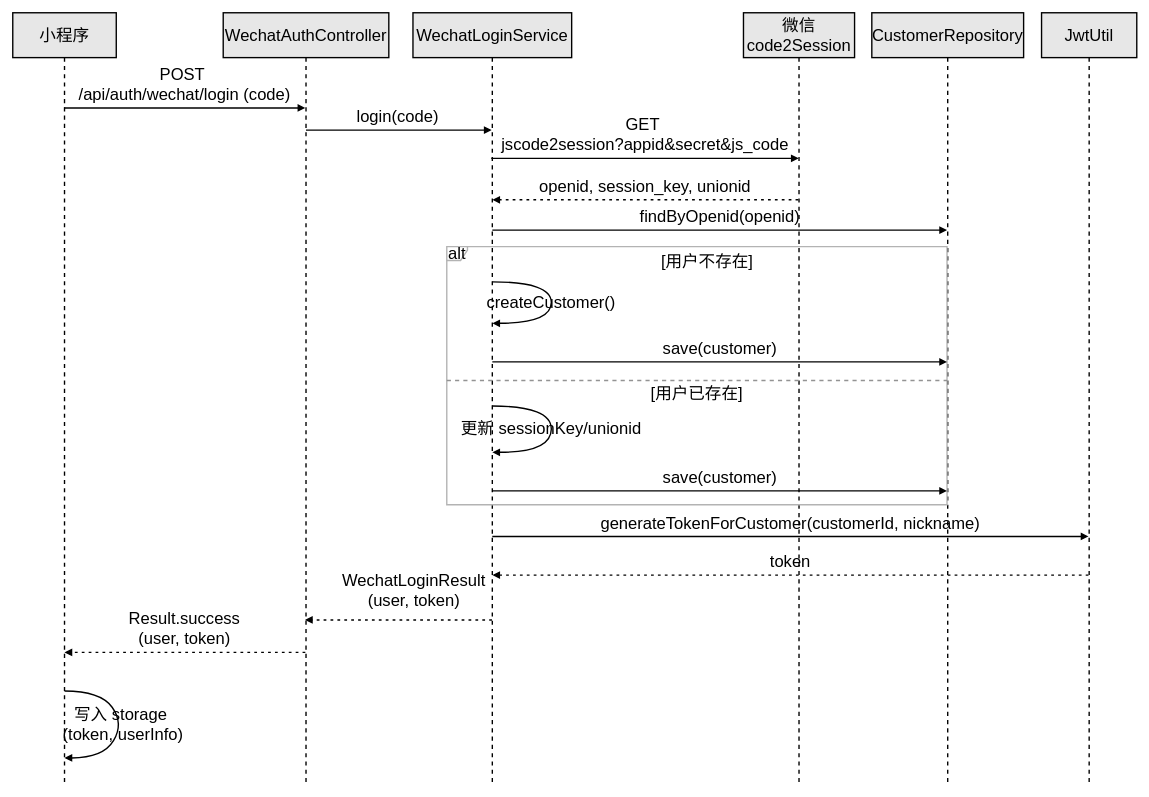
Above: page "小程序登录时序图" (19 of 33) of 题库E-R.drawio in ChenLiheng/question-project (draw.io), before the change. Source tidied: cells renumbered, new cells numbered last; positions are measured from the earlier drawing's top-left corner, leaving out a move shared by most shapes. Both pictures are drawn from the tidied source at 69%, with x=0, y=0 at pixel (12, 12).
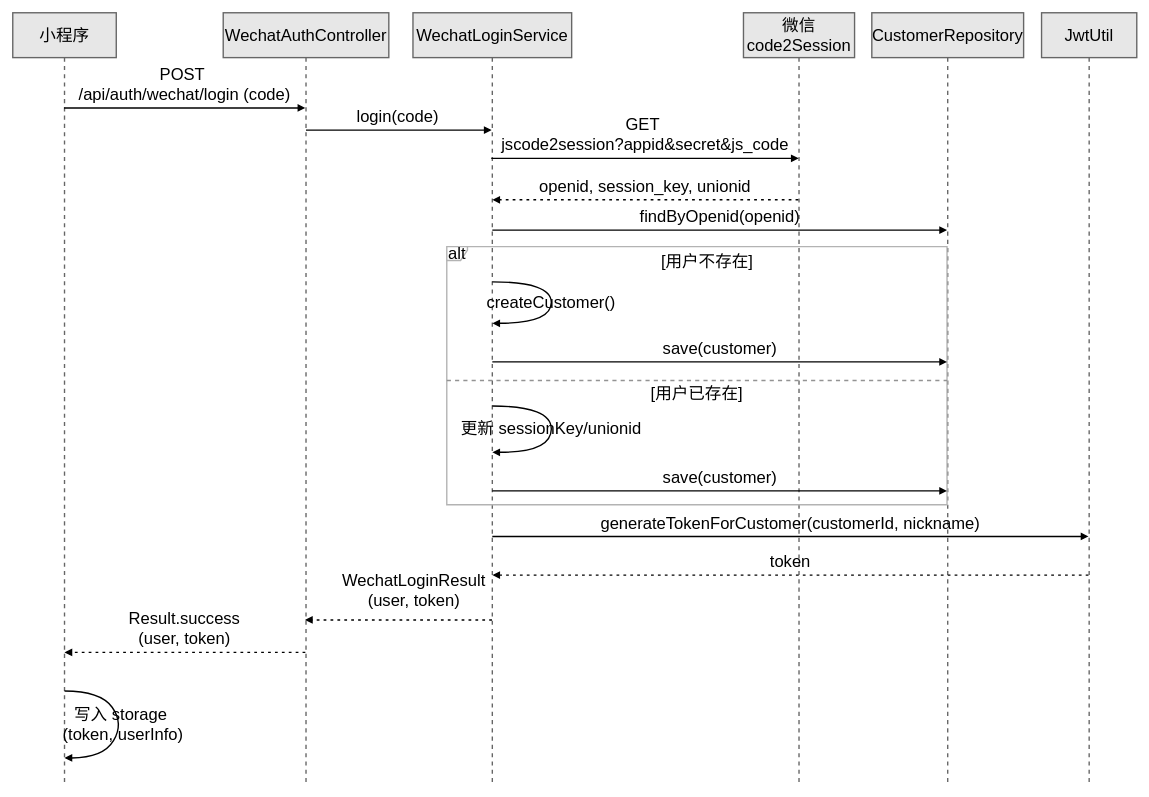
The same page after the edit.

The edit, as a diff of the source:
```diff
@@
+    <mxCell id="25" style="group;" parent="1" vertex="1">
+      <mxGeometry width="1629" height="1119" as="geometry" />
+    </mxCell>
-    <mxCell id="2" value="小程序" style="shape=umlLifeline;perimeter=lifelinePerimeter;whiteSpace=wrap;outlineConnect=0;portConstraint=eastwest;newEdgeStyle={&quot;edgeStyle&quot;:&quot;elbowEdgeStyle&quot;,&quot;elbow&quot;:&quot;vertical&quot;,&quot;curved&quot;:0,&quot;rounded&quot;:0};size=65;fontSize=24;fillColor=#E7E7E7;expandToFront=0;gradientColor=none;strokeWidth=2;rounded=0;shadow=0;glass=0;" parent="1" vertex="1">
+    <mxCell id="2" value="小程序" style="shape=umlLifeline;perimeter=lifelinePerimeter;whiteSpace=wrap;outlineConnect=0;portConstraint=eastwest;newEdgeStyle={&quot;edgeStyle&quot;:&quot;elbowEdgeStyle&quot;,&quot;elbow&quot;:&quot;vertical&quot;,&quot;curved&quot;:0,&quot;rounded&quot;:0};size=65;fontSize=24;fillColor=#E7E7E7;expandToFront=0;gradientColor=none;strokeWidth=2;rounded=0;shadow=0;glass=0;strokeColor=#666666;" parent="25" vertex="1">
       <mxGeometry width="150" height="1119" as="geometry" />
     </mxCell>
-    <mxCell id="3" value="WechatAuthController" style="shape=umlLifeline;perimeter=lifelinePerimeter;whiteSpace=wrap;outlineConnect=0;portConstraint=eastwest;newEdgeStyle={&quot;edgeStyle&quot;:&quot;elbowEdgeStyle&quot;,&quot;elbow&quot;:&quot;vertical&quot;,&quot;curved&quot;:0,&quot;rounded&quot;:0};size=65;fillColor=#E7E7E7;fontSize=24;strokeWidth=2;" parent="1" vertex="1">
+    <mxCell id="3" value="WechatAuthController" style="shape=umlLifeline;perimeter=lifelinePerimeter;whiteSpace=wrap;outlineConnect=0;portConstraint=eastwest;newEdgeStyle={&quot;edgeStyle&quot;:&quot;elbowEdgeStyle&quot;,&quot;elbow&quot;:&quot;vertical&quot;,&quot;curved&quot;:0,&quot;rounded&quot;:0};size=65;fillColor=#E7E7E7;fontSize=24;strokeWidth=2;strokeColor=#666666;" parent="25" vertex="1">
       <mxGeometry x="305" width="240" height="1118" as="geometry" />
     </mxCell>
-    <mxCell id="4" value="WechatLoginService" style="shape=umlLifeline;perimeter=lifelinePerimeter;whiteSpace=wrap;outlineConnect=0;portConstraint=eastwest;newEdgeStyle={&quot;edgeStyle&quot;:&quot;elbowEdgeStyle&quot;,&quot;elbow&quot;:&quot;vertical&quot;,&quot;curved&quot;:0,&quot;rounded&quot;:0};size=65;fillColor=#E7E7E7;fontSize=24;strokeWidth=2;" parent="1" vertex="1">
+    <mxCell id="4" value="WechatLoginService" style="shape=umlLifeline;perimeter=lifelinePerimeter;whiteSpace=wrap;outlineConnect=0;portConstraint=eastwest;newEdgeStyle={&quot;edgeStyle&quot;:&quot;elbowEdgeStyle&quot;,&quot;elbow&quot;:&quot;vertical&quot;,&quot;curved&quot;:0,&quot;rounded&quot;:0};size=65;fillColor=#E7E7E7;fontSize=24;strokeWidth=2;strokeColor=#666666;" parent="25" vertex="1">
       <mxGeometry x="580" width="230" height="1118" as="geometry" />
     </mxCell>
-    <mxCell id="5" value="微信 code2Session" style="shape=umlLifeline;perimeter=lifelinePerimeter;whiteSpace=wrap;outlineConnect=0;portConstraint=eastwest;newEdgeStyle={&quot;edgeStyle&quot;:&quot;elbowEdgeStyle&quot;,&quot;elbow&quot;:&quot;vertical&quot;,&quot;curved&quot;:0,&quot;rounded&quot;:0};size=65;fillColor=#E7E7E7;fontSize=24;strokeWidth=2;" parent="1" vertex="1">
+    <mxCell id="5" value="微信 code2Session" style="shape=umlLifeline;perimeter=lifelinePerimeter;whiteSpace=wrap;outlineConnect=0;portConstraint=eastwest;newEdgeStyle={&quot;edgeStyle&quot;:&quot;elbowEdgeStyle&quot;,&quot;elbow&quot;:&quot;vertical&quot;,&quot;curved&quot;:0,&quot;rounded&quot;:0};size=65;fillColor=#E7E7E7;fontSize=24;strokeWidth=2;strokeColor=#666666;" parent="25" vertex="1">
       <mxGeometry x="1059" width="161" height="1118" as="geometry" />
     </mxCell>
-    <mxCell id="6" value="CustomerRepository" style="shape=umlLifeline;perimeter=lifelinePerimeter;whiteSpace=wrap;outlineConnect=0;portConstraint=eastwest;newEdgeStyle={&quot;edgeStyle&quot;:&quot;elbowEdgeStyle&quot;,&quot;elbow&quot;:&quot;vertical&quot;,&quot;curved&quot;:0,&quot;rounded&quot;:0};size=65;fillColor=#E7E7E7;fontSize=24;strokeWidth=2;" parent="1" vertex="1">
+    <mxCell id="6" value="CustomerRepository" style="shape=umlLifeline;perimeter=lifelinePerimeter;whiteSpace=wrap;outlineConnect=0;portConstraint=eastwest;newEdgeStyle={&quot;edgeStyle&quot;:&quot;elbowEdgeStyle&quot;,&quot;elbow&quot;:&quot;vertical&quot;,&quot;curved&quot;:0,&quot;rounded&quot;:0};size=65;fillColor=#E7E7E7;fontSize=24;strokeWidth=2;strokeColor=#666666;" parent="25" vertex="1">
       <mxGeometry x="1245" width="220" height="1118" as="geometry" />
     </mxCell>
-    <mxCell id="7" value="JwtUtil" style="shape=umlLifeline;perimeter=lifelinePerimeter;whiteSpace=wrap;outlineConnect=0;portConstraint=eastwest;newEdgeStyle={&quot;edgeStyle&quot;:&quot;elbowEdgeStyle&quot;,&quot;elbow&quot;:&quot;vertical&quot;,&quot;curved&quot;:0,&quot;rounded&quot;:0};size=65;fillColor=#E7E7E7;fontSize=24;strokeWidth=2;" parent="1" vertex="1">
+    <mxCell id="7" value="JwtUtil" style="shape=umlLifeline;perimeter=lifelinePerimeter;whiteSpace=wrap;outlineConnect=0;portConstraint=eastwest;newEdgeStyle={&quot;edgeStyle&quot;:&quot;elbowEdgeStyle&quot;,&quot;elbow&quot;:&quot;vertical&quot;,&quot;curved&quot;:0,&quot;rounded&quot;:0};size=65;fillColor=#E7E7E7;fontSize=24;strokeWidth=2;strokeColor=#666666;" parent="25" vertex="1">
       <mxGeometry x="1491" width="138" height="1118" as="geometry" />
     </mxCell>
-    <mxCell id="8" value="alt" style="shape=umlFrame;strokeColor=#B3B3B3;height=20;width=30;fontSize=24;strokeWidth=2;labelBackgroundColor=none;spacingBottom=6;" parent="1" vertex="1">
+    <mxCell id="8" value="alt" style="shape=umlFrame;strokeColor=#B3B3B3;height=20;width=30;fontSize=24;strokeWidth=2;labelBackgroundColor=none;spacingBottom=6;" parent="25" vertex="1">
       <mxGeometry x="629" y="339" width="725" height="374" as="geometry" />
     </mxCell>
@@
-    <mxCell id="11" value="POST &#10;/api/auth/wechat/login (code)" style="verticalAlign=bottom;edgeStyle=elbowEdgeStyle;elbow=vertical;curved=0;rounded=0;endArrow=block;fontSize=24;labelBackgroundColor=none;spacingBottom=6;strokeWidth=2;" parent="1" edge="1" target="3">
+    <mxCell id="11" value="POST &#10;/api/auth/wechat/login (code)" style="verticalAlign=bottom;edgeStyle=elbowEdgeStyle;elbow=vertical;curved=0;rounded=0;endArrow=block;fontSize=24;labelBackgroundColor=none;spacingBottom=6;strokeWidth=2;" parent="25" edge="1" target="3">
       <mxGeometry relative="1" as="geometry">
         <mxPoint x="74.3" y="138" as="sourcePoint" />
         <Array as="points">
           <mxPoint x="258" y="138" />
         </Array>
       </mxGeometry>
     </mxCell>
-    <mxCell id="12" value="login(code)" style="verticalAlign=bottom;edgeStyle=elbowEdgeStyle;elbow=vertical;curved=0;rounded=0;endArrow=block;fontSize=24;labelBackgroundColor=none;spacingBottom=6;strokeWidth=2;" parent="1" edge="1" source="3" target="4">
+    <mxCell id="12" value="login(code)" style="verticalAlign=bottom;edgeStyle=elbowEdgeStyle;elbow=vertical;curved=0;rounded=0;endArrow=block;fontSize=24;labelBackgroundColor=none;spacingBottom=6;strokeWidth=2;" parent="25" edge="1" source="3" target="4">
       <mxGeometry x="-0.01" relative="1" as="geometry">
         <Array as="points">
           <mxPoint x="551" y="170" />
         </Array>
       </mxGeometry>
     </mxCell>
-    <mxCell id="13" value="GET &#10;jscode2session?appid&amp;secret&amp;js_code" style="verticalAlign=bottom;edgeStyle=elbowEdgeStyle;elbow=vertical;curved=0;rounded=0;endArrow=block;fontSize=24;labelBackgroundColor=none;spacingBottom=6;strokeWidth=2;" parent="1" edge="1">
+    <mxCell id="13" value="GET &#10;jscode2session?appid&amp;secret&amp;js_code" style="verticalAlign=bottom;edgeStyle=elbowEdgeStyle;elbow=vertical;curved=0;rounded=0;endArrow=block;fontSize=24;labelBackgroundColor=none;spacingBottom=6;strokeWidth=2;" parent="25" edge="1">
       <mxGeometry relative="1" as="geometry">
         <mxPoint x="693.5" y="211" as="sourcePoint" />
         <mxPoint x="1139" y="211" as="targetPoint" />
         <Array as="points">
           <mxPoint x="936" y="211" />
         </Array>
       </mxGeometry>
     </mxCell>
-    <mxCell id="14" value="openid, session_key, unionid" style="verticalAlign=bottom;edgeStyle=elbowEdgeStyle;elbow=vertical;curved=0;rounded=0;dashed=1;dashPattern=2 3;endArrow=block;fontSize=24;labelBackgroundColor=none;spacingBottom=6;strokeWidth=2;" parent="1" edge="1" source="5" target="4">
+    <mxCell id="14" value="openid, session_key, unionid" style="verticalAlign=bottom;edgeStyle=elbowEdgeStyle;elbow=vertical;curved=0;rounded=0;dashed=1;dashPattern=2 3;endArrow=block;fontSize=24;labelBackgroundColor=none;spacingBottom=6;strokeWidth=2;" parent="25" edge="1" source="5" target="4">
       <mxGeometry relative="1" as="geometry">
         <Array as="points">
           <mxPoint x="939" y="271" />
         </Array>
       </mxGeometry>
     </mxCell>
-    <mxCell id="15" value="findByOpenid(openid)" style="verticalAlign=bottom;edgeStyle=elbowEdgeStyle;elbow=vertical;curved=0;rounded=0;endArrow=block;fontSize=24;labelBackgroundColor=none;spacingBottom=6;strokeWidth=2;" parent="1" edge="1" source="4" target="6">
+    <mxCell id="15" value="findByOpenid(openid)" style="verticalAlign=bottom;edgeStyle=elbowEdgeStyle;elbow=vertical;curved=0;rounded=0;endArrow=block;fontSize=24;labelBackgroundColor=none;spacingBottom=6;strokeWidth=2;" parent="25" edge="1" source="4" target="6">
       <mxGeometry relative="1" as="geometry">
         <Array as="points">
           <mxPoint x="1044" y="315" />
         </Array>
       </mxGeometry>
     </mxCell>
-    <mxCell id="16" value="createCustomer()" style="curved=1;endArrow=block;rounded=0;fontSize=24;labelBackgroundColor=none;spacingBottom=6;strokeWidth=2;" parent="1" edge="1" source="4" target="4">
+    <mxCell id="16" value="createCustomer()" style="curved=1;endArrow=block;rounded=0;fontSize=24;labelBackgroundColor=none;spacingBottom=6;strokeWidth=2;" parent="25" edge="1" source="4" target="4">
       <mxGeometry relative="1" as="geometry">
         <Array as="points">
           <mxPoint x="781" y="390" />
           <mxPoint x="780" y="450" />
         </Array>
       </mxGeometry>
     </mxCell>
-    <mxCell id="17" value="save(customer)" style="verticalAlign=bottom;edgeStyle=elbowEdgeStyle;elbow=vertical;curved=0;rounded=0;endArrow=block;fontSize=24;labelBackgroundColor=none;spacingBottom=6;strokeWidth=2;" parent="1" edge="1" source="4" target="6">
+    <mxCell id="17" value="save(customer)" style="verticalAlign=bottom;edgeStyle=elbowEdgeStyle;elbow=vertical;curved=0;rounded=0;endArrow=block;fontSize=24;labelBackgroundColor=none;spacingBottom=6;strokeWidth=2;" parent="25" edge="1" source="4" target="6">
       <mxGeometry relative="1" as="geometry">
         <Array as="points">
           <mxPoint x="1044" y="506" />
         </Array>
       </mxGeometry>
     </mxCell>
-    <mxCell id="18" value="更新 sessionKey/unionid" style="curved=1;endArrow=block;rounded=0;fontSize=24;labelBackgroundColor=none;spacingBottom=6;strokeWidth=2;" parent="1" edge="1" source="4" target="4">
+    <mxCell id="18" value="更新 sessionKey/unionid" style="curved=1;endArrow=block;rounded=0;fontSize=24;labelBackgroundColor=none;spacingBottom=6;strokeWidth=2;" parent="25" edge="1" source="4" target="4">
       <mxGeometry relative="1" as="geometry">
         <Array as="points">
           <mxPoint x="781" y="570" />
           <mxPoint x="780" y="637" />
         </Array>
       </mxGeometry>
     </mxCell>
-    <mxCell id="19" value="save(customer)" style="verticalAlign=bottom;edgeStyle=elbowEdgeStyle;elbow=vertical;curved=0;rounded=0;endArrow=block;fontSize=24;labelBackgroundColor=none;spacingBottom=6;strokeWidth=2;" parent="1" edge="1" source="4" target="6">
+    <mxCell id="19" value="save(customer)" style="verticalAlign=bottom;edgeStyle=elbowEdgeStyle;elbow=vertical;curved=0;rounded=0;endArrow=block;fontSize=24;labelBackgroundColor=none;spacingBottom=6;strokeWidth=2;" parent="25" edge="1" source="4" target="6">
       <mxGeometry relative="1" as="geometry">
         <Array as="points">
           <mxPoint x="1044" y="693" />
         </Array>
       </mxGeometry>
     </mxCell>
-    <mxCell id="20" value="generateTokenForCustomer(customerId, nickname)" style="verticalAlign=bottom;edgeStyle=elbowEdgeStyle;elbow=vertical;curved=0;rounded=0;endArrow=block;fontSize=24;labelBackgroundColor=none;spacingBottom=6;strokeWidth=2;" parent="1" edge="1" source="4" target="7">
+    <mxCell id="20" value="generateTokenForCustomer(customerId, nickname)" style="verticalAlign=bottom;edgeStyle=elbowEdgeStyle;elbow=vertical;curved=0;rounded=0;endArrow=block;fontSize=24;labelBackgroundColor=none;spacingBottom=6;strokeWidth=2;" parent="25" edge="1" source="4" target="7">
       <mxGeometry relative="1" as="geometry">
         <Array as="points">
           <mxPoint x="1150" y="759" />
         </Array>
       </mxGeometry>
     </mxCell>
-    <mxCell id="21" value="token" style="verticalAlign=bottom;edgeStyle=elbowEdgeStyle;elbow=vertical;curved=0;rounded=0;dashed=1;dashPattern=2 3;endArrow=block;fontSize=24;labelBackgroundColor=none;spacingBottom=6;strokeWidth=2;" parent="1" edge="1" source="7" target="4">
+    <mxCell id="21" value="token" style="verticalAlign=bottom;edgeStyle=elbowEdgeStyle;elbow=vertical;curved=0;rounded=0;dashed=1;dashPattern=2 3;endArrow=block;fontSize=24;labelBackgroundColor=none;spacingBottom=6;strokeWidth=2;" parent="25" edge="1" source="7" target="4">
       <mxGeometry relative="1" as="geometry">
         <Array as="points">
           <mxPoint x="1153" y="815" />
         </Array>
       </mxGeometry>
     </mxCell>
-    <mxCell id="22" value="WechatLoginResult&#10;(user, token)" style="verticalAlign=bottom;edgeStyle=elbowEdgeStyle;elbow=vertical;curved=0;rounded=0;dashed=1;dashPattern=2 3;endArrow=block;fontSize=24;labelBackgroundColor=none;spacingBottom=6;strokeWidth=2;" parent="1" edge="1">
+    <mxCell id="22" value="WechatLoginResult&#10;(user, token)" style="verticalAlign=bottom;edgeStyle=elbowEdgeStyle;elbow=vertical;curved=0;rounded=0;dashed=1;dashPattern=2 3;endArrow=block;fontSize=24;labelBackgroundColor=none;spacingBottom=6;strokeWidth=2;" parent="25" edge="1">
       <mxGeometry x="-0.16" y="-9" relative="1" as="geometry">
         <mxPoint x="694.5" y="880" as="sourcePoint" />
         <mxPoint x="423.5" y="880" as="targetPoint" />
         <Array as="points">
           <mxPoint x="571" y="880" />
         </Array>
         <mxPoint x="1" as="offset" />
       </mxGeometry>
     </mxCell>
-    <mxCell id="23" value="Result.success&#10;(user, token)" style="verticalAlign=bottom;edgeStyle=elbowEdgeStyle;elbow=vertical;curved=0;rounded=0;dashed=1;dashPattern=2 3;endArrow=block;fontSize=24;labelBackgroundColor=none;spacingBottom=6;strokeWidth=2;" parent="1" edge="1" source="3" target="2">
+    <mxCell id="23" value="Result.success&#10;(user, token)" style="verticalAlign=bottom;edgeStyle=elbowEdgeStyle;elbow=vertical;curved=0;rounded=0;dashed=1;dashPattern=2 3;endArrow=block;fontSize=24;labelBackgroundColor=none;spacingBottom=6;strokeWidth=2;" parent="25" edge="1" source="3" target="2">
       <mxGeometry relative="1" as="geometry">
         <Array as="points">
           <mxPoint x="261" y="927" />
         </Array>
       </mxGeometry>
     </mxCell>
-    <mxCell id="24" value="写入 storage &#10;(token, userInfo)" style="curved=1;endArrow=block;rounded=0;fontSize=24;labelBackgroundColor=none;spacingBottom=6;strokeWidth=2;" parent="1" edge="1" source="2" target="2">
+    <mxCell id="24" value="写入 storage &#10;(token, userInfo)" style="curved=1;endArrow=block;rounded=0;fontSize=24;labelBackgroundColor=none;spacingBottom=6;strokeWidth=2;" parent="25" edge="1" source="2" target="2">
       <mxGeometry relative="1" as="geometry">
         <Array as="points">
           <mxPoint x="127" y="983" />
           <mxPoint x="161" y="1030" />
           <mxPoint x="131" y="1080" />
         </Array>
       </mxGeometry>
     </mxCell>
```
